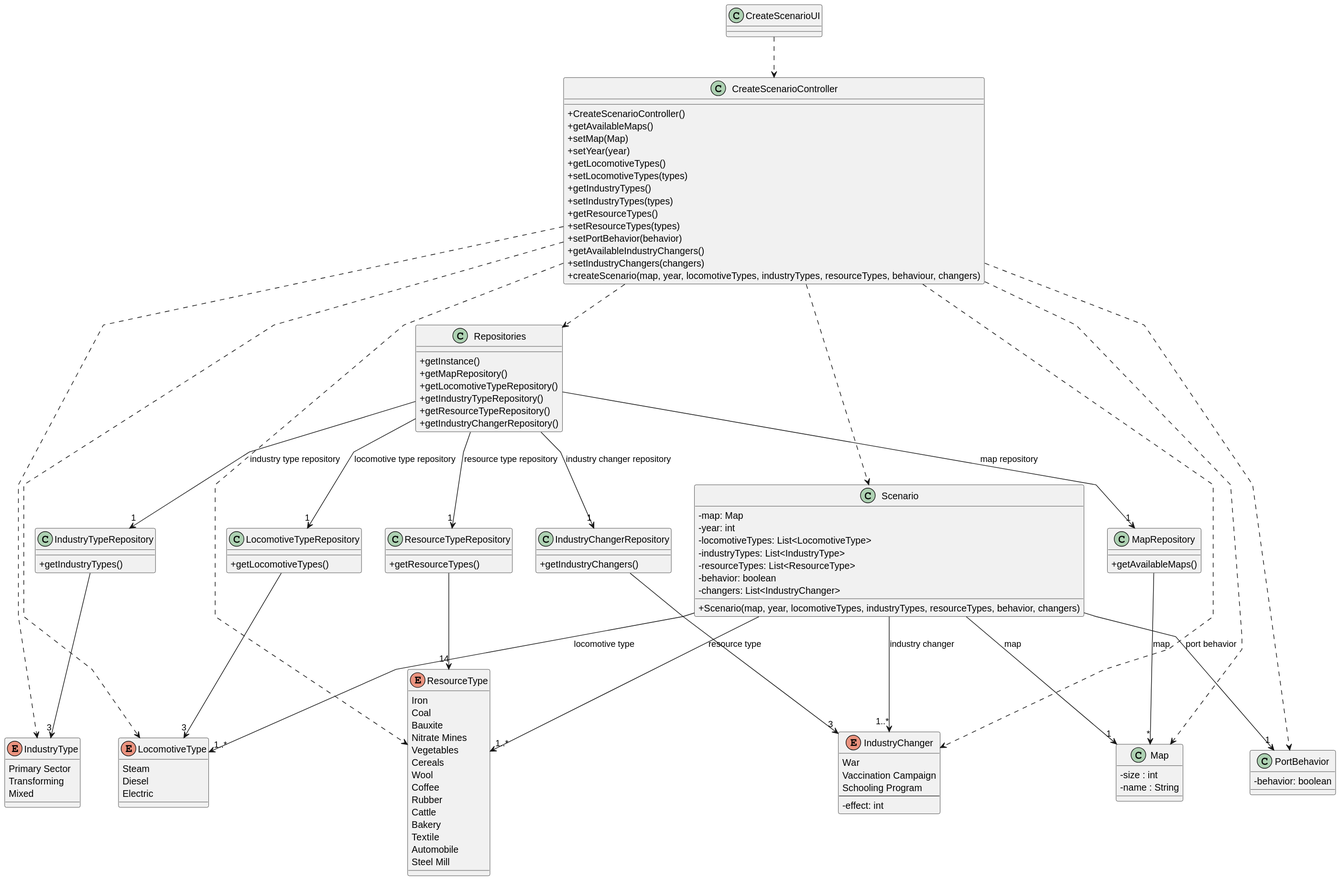
This is Sprint2/US004/03.design/svg/US004-CD.svg from 1240935/pi2-railway-simulator, a PlantUML export, as it was before one commit.
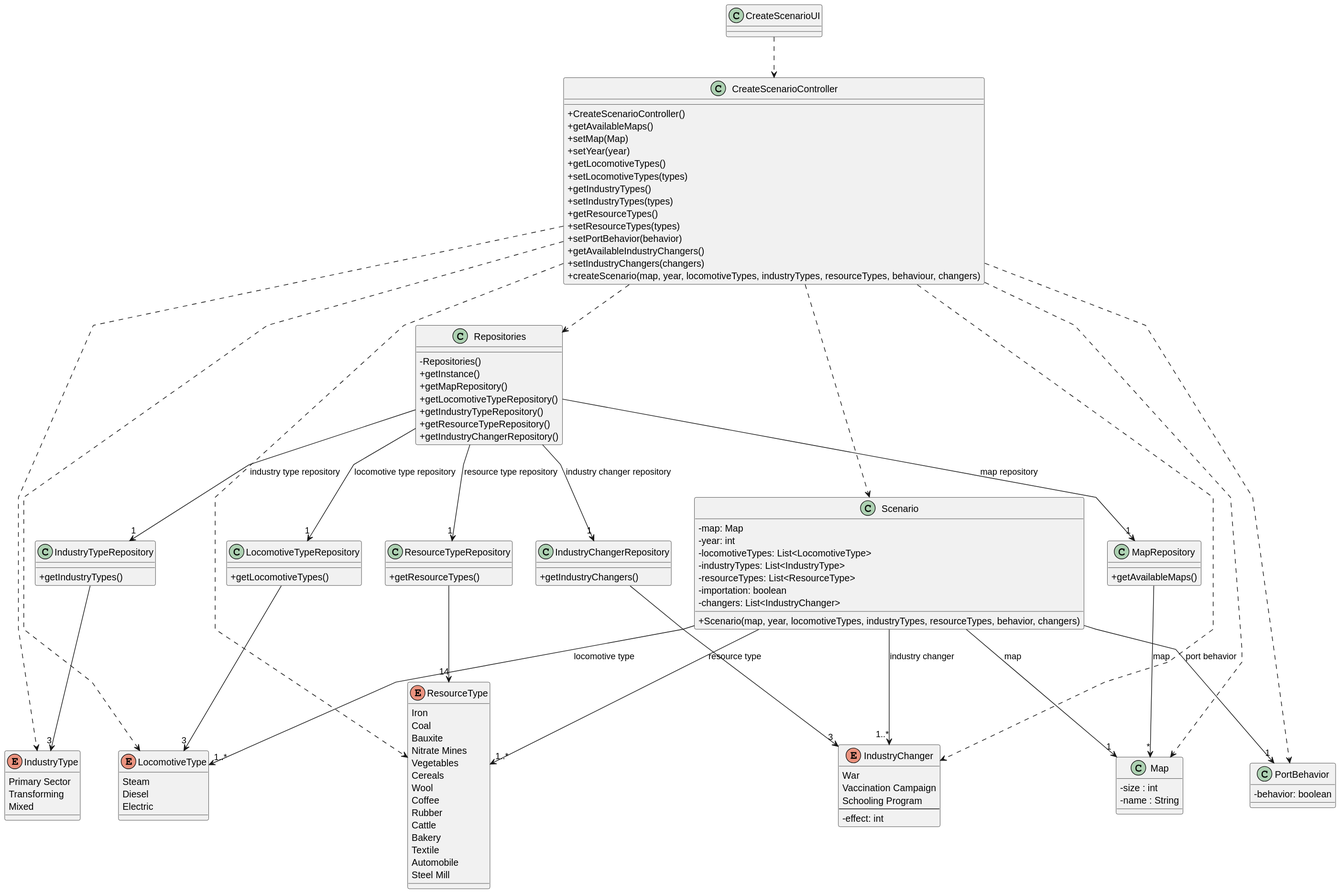
After the change.

The edit, as a diff of the source:
```diff
@@ -28,6 +28,7 @@
     }
 
     class Repositories {
+            -Repositories()
             +getInstance()
             +getMapRepository()
             +getLocomotiveTypeRepository()
@@ -62,7 +63,7 @@
        -locomotiveTypes: List<LocomotiveType>
        -industryTypes: List<IndustryType>
        -resourceTypes: List<ResourceType>
-       -behavior: boolean
+       -importation: boolean
        -changers: List<IndustryChanger>
        +Scenario(map, year, locomotiveTypes, industryTypes, resourceTypes, behavior, changers)
      }
```
